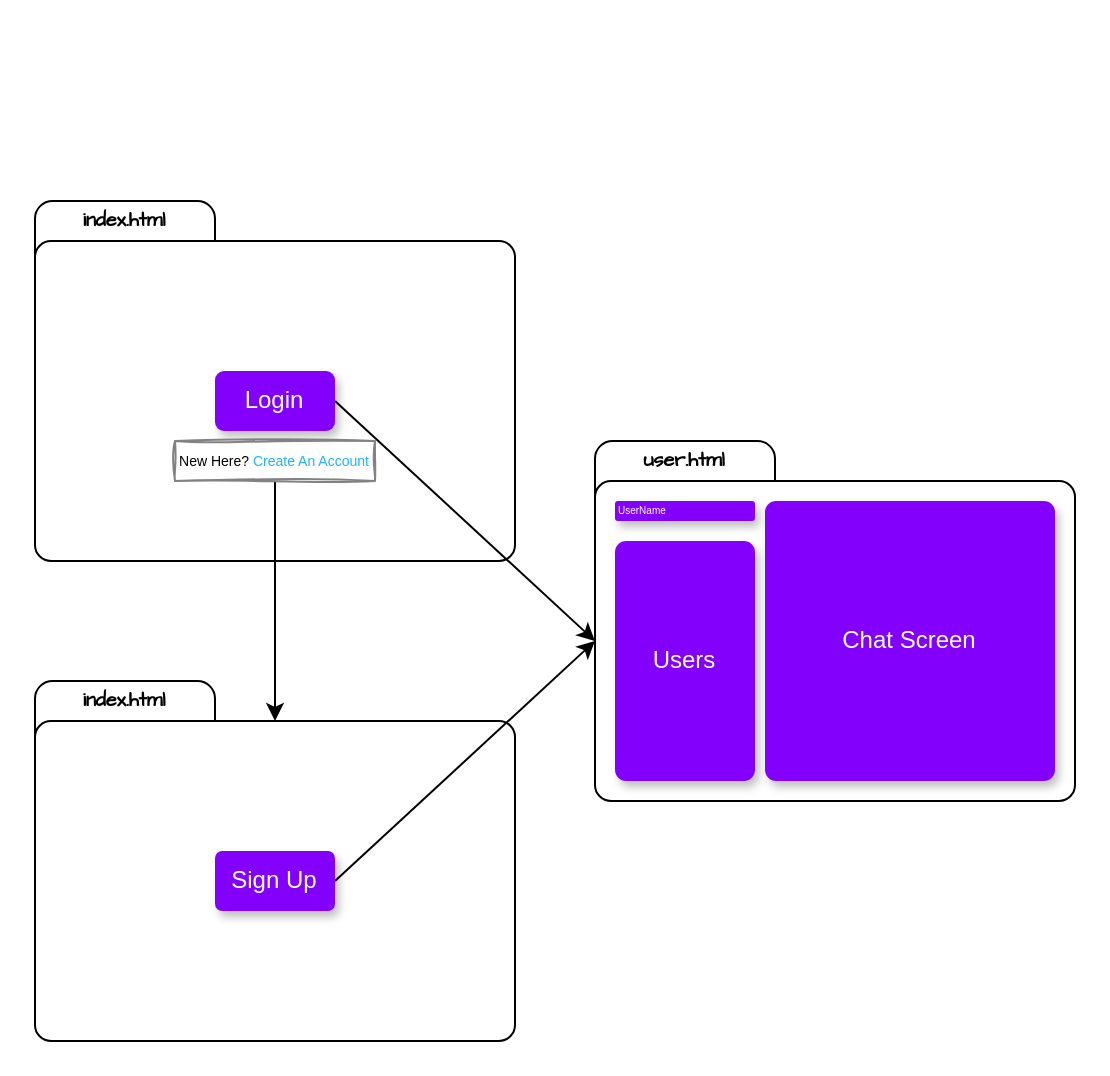
Earlier version of the draw.io diagram scheme.dio (cybermajeed/Neuron). Source tidied: cells renumbered, new cells numbered last; positions are measured from the earlier drawing's top-left corner, leaving out a move shared by most shapes. Both pictures are drawn from the tidied source at 200%, with x=0, y=0 at pixel (34, 200).
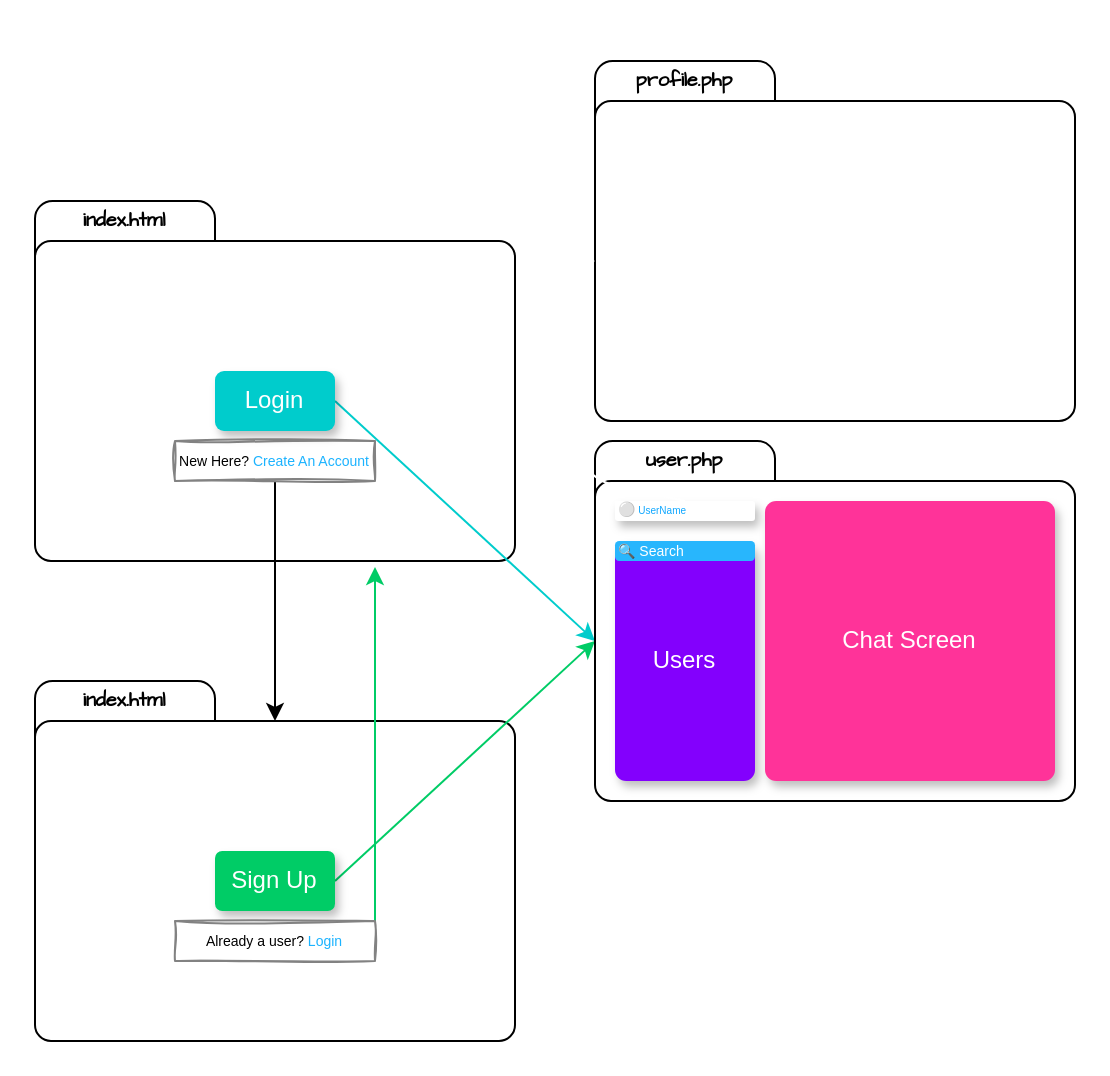
Above is the later version.

The change refers to these unchanged cells:
```xml
<mxCell id="16" style="group;spacingBottom=2;" parent="1" vertex="1">
  <mxGeometry x="280" y="140" width="240" height="160" as="geometry" />
</mxCell>
<mxCell id="17" style="group;" parent="16" vertex="1">
  <mxGeometry y="-20" width="90" height="40" as="geometry" />
</mxCell>
<mxCell id="20" style="whiteSpace=wrap;html=1;rounded=1;arcSize=5;" parent="16" vertex="1">
  <mxGeometry width="240" height="160" as="geometry" />
</mxCell>
```

The edit, as a diff of the source:
```diff
@@
-    <mxCell id="10" style="edgeStyle=none;html=1;exitX=1;exitY=0.5;exitDx=0;exitDy=0;fontSize=7;fontColor=#1CB3FF;entryX=0;entryY=0.5;entryDx=0;entryDy=0;" parent="1" edge="1" source="11" target="20">
+    <mxCell id="10" style="edgeStyle=none;html=1;exitX=1;exitY=0.5;exitDx=0;exitDy=0;fontSize=7;fontColor=#1CB3FF;entryX=0;entryY=0.5;entryDx=0;entryDy=0;strokeColor=#00CCCC;" parent="1" edge="1" source="11" target="20">
       <mxGeometry relative="1" as="geometry" />
     </mxCell>
-    <mxCell id="11" value="Login" style="text;html=1;strokeColor=none;fillColor=#8300fd;align=center;verticalAlign=middle;whiteSpace=wrap;rounded=1;fontColor=#ffffff;shadow=1;" parent="1" vertex="1">
+    <mxCell id="11" value="Login" style="text;html=1;strokeColor=none;fillColor=#00CCCC;align=center;verticalAlign=middle;whiteSpace=wrap;rounded=1;fontColor=#ffffff;shadow=1;" parent="1" vertex="1">
       <mxGeometry x="90" y="85" width="60" height="30" as="geometry" />
     </mxCell>
-    <mxCell id="12" style="edgeStyle=none;html=1;exitX=1;exitY=0.5;exitDx=0;exitDy=0;entryX=0;entryY=0.5;entryDx=0;entryDy=0;" parent="1" edge="1" source="13" target="20">
+    <mxCell id="12" style="edgeStyle=none;html=1;exitX=1;exitY=0.5;exitDx=0;exitDy=0;entryX=0;entryY=0.5;entryDx=0;entryDy=0;strokeColor=#00CC66;" parent="1" edge="1" source="13" target="20">
       <mxGeometry relative="1" as="geometry" />
     </mxCell>
-    <mxCell id="13" value="Sign Up" style="text;html=1;strokeColor=none;fillColor=#8300fd;align=center;verticalAlign=middle;whiteSpace=wrap;rounded=1;fontColor=#ffffff;arcSize=12;glass=0;shadow=1;sketch=0;" parent="1" vertex="1">
+    <mxCell id="13" value="Sign Up" style="text;html=1;strokeColor=none;fillColor=#00CC66;align=center;verticalAlign=middle;whiteSpace=wrap;rounded=1;fontColor=#ffffff;arcSize=12;glass=0;shadow=1;sketch=0;" parent="1" vertex="1">
       <mxGeometry x="90" y="325" width="60" height="30" as="geometry" />
     </mxCell>
@@
-    <mxCell id="19" value="&lt;h5&gt;&lt;font face=&quot;Comic Sans MS&quot;&gt;user.html&lt;/font&gt;&lt;/h5&gt;" style="text;html=1;strokeColor=none;fillColor=none;align=center;verticalAlign=middle;whiteSpace=wrap;rounded=0;sketch=0;" parent="17" vertex="1">
+    <mxCell id="19" value="&lt;h5&gt;&lt;font face=&quot;Comic Sans MS&quot;&gt;user.php&lt;/font&gt;&lt;/h5&gt;" style="text;html=1;strokeColor=none;fillColor=none;align=center;verticalAlign=middle;whiteSpace=wrap;rounded=0;sketch=0;" parent="17" vertex="1">
       <mxGeometry width="90" height="20" as="geometry" />
     </mxCell>
@@
-    <mxCell id="22" value="Chat Screen" style="text;html=1;strokeColor=none;fillColor=#8300fd;align=center;verticalAlign=middle;whiteSpace=wrap;rounded=1;fontColor=#ffffff;shadow=1;arcSize=4;" parent="16" vertex="1">
+    <mxCell id="22" value="Chat Screen" style="text;html=1;strokeColor=none;fillColor=#FF3399;align=center;verticalAlign=middle;whiteSpace=wrap;rounded=1;fontColor=#ffffff;shadow=1;arcSize=4;" parent="16" vertex="1">
       <mxGeometry x="85" y="10" width="145" height="140" as="geometry" />
     </mxCell>
-    <mxCell id="23" value="&lt;font style=&quot;font-size: 5px&quot;&gt;UserName&lt;/font&gt;" style="text;html=1;strokeColor=none;fillColor=#8300fd;align=left;verticalAlign=middle;whiteSpace=wrap;rounded=1;fontColor=#ffffff;shadow=1;arcSize=15;spacingBottom=2;spacingTop=-2;" parent="16" vertex="1">
+    <mxCell id="23" value="&lt;font style=&quot;color: rgb(0 , 0 , 0) ; font-size: 7px&quot;&gt;⚪&lt;/font&gt;&lt;font style=&quot;font-size: 5px&quot;&gt; &lt;font color=&quot;#0fa7ff&quot;&gt;UserName&lt;/font&gt;&lt;/font&gt;" style="text;html=1;strokeColor=none;fillColor=#FFFFFF;align=left;verticalAlign=middle;whiteSpace=wrap;rounded=1;fontColor=#ffffff;shadow=1;arcSize=15;spacingBottom=2;spacingTop=-2;" parent="16" vertex="1">
       <mxGeometry x="10" y="10" width="70" height="10" as="geometry" />
     </mxCell>
+    <mxCell id="24" value="&lt;div&gt;&lt;span&gt;&lt;font style=&quot;font-size: 7px&quot;&gt;🔍 Search&lt;/font&gt;&lt;/span&gt;&lt;/div&gt;" style="text;html=1;strokeColor=none;fillColor=#28B6FD;align=left;verticalAlign=middle;whiteSpace=wrap;rounded=1;fontColor=#ffffff;shadow=0;arcSize=21;spacingTop=0;gradientColor=none;glass=0;sketch=0;imageWidth=24;spacingBottom=2;" parent="16" vertex="1">
+      <mxGeometry x="10" y="30" width="70" height="10" as="geometry" />
+    </mxCell>
+    <mxCell id="25" style="group;" parent="16" vertex="1">
+      <mxGeometry y="-210" width="90" height="40" as="geometry" />
+    </mxCell>
+    <mxCell id="26" style="rounded=1;whiteSpace=wrap;html=1;arcSize=22;sketch=0;" parent="25" vertex="1">
+      <mxGeometry width="90" height="40" as="geometry" />
+    </mxCell>
+    <mxCell id="27" value="&lt;h5&gt;&lt;font face=&quot;Comic Sans MS&quot;&gt;profile.php&lt;/font&gt;&lt;/h5&gt;" style="text;html=1;strokeColor=none;fillColor=none;align=center;verticalAlign=middle;whiteSpace=wrap;rounded=0;sketch=0;" parent="25" vertex="1">
+      <mxGeometry width="90" height="20" as="geometry" />
+    </mxCell>
+    <mxCell id="28" style="edgeStyle=none;html=1;exitX=1;exitY=0;exitDx=0;exitDy=0;fontSize=7;fontColor=#1CB3FF;strokeColor=#00CC66;" parent="1" edge="1" source="29">
+      <mxGeometry relative="1" as="geometry">
+        <mxPoint x="170" y="183" as="targetPoint" />
+      </mxGeometry>
+    </mxCell>
+    <mxCell id="29" value="&lt;span style=&quot;font-size: 7px&quot;&gt;Already a user? &lt;font color=&quot;#1cb3ff&quot;&gt;Login&lt;/font&gt;&lt;/span&gt;" style="text;html=1;strokeColor=#828282;fillColor=none;align=center;verticalAlign=middle;whiteSpace=wrap;rounded=0;shadow=0;glass=0;sketch=1;strokeWidth=1;spacing=3;spacingBottom=2;" parent="1" vertex="1">
+      <mxGeometry x="70" y="360" width="100" height="20" as="geometry" />
+    </mxCell>
+    <mxCell id="30" style="whiteSpace=wrap;html=1;rounded=1;arcSize=5;" parent="1" vertex="1">
+      <mxGeometry x="280" y="-50" width="240" height="160" as="geometry" />
+    </mxCell>
+    <mxCell id="31" style="edgeStyle=none;html=1;exitX=0.5;exitY=0;exitDx=0;exitDy=0;fontSize=7;fontColor=#1CB3FF;strokeColor=#FFFFFF;entryX=0;entryY=0.5;entryDx=0;entryDy=0;" parent="1" edge="1" source="23" target="30">
+      <mxGeometry relative="1" as="geometry">
+        <Array as="points">
+          <mxPoint x="280" y="140" />
+          <mxPoint x="260" y="110" />
+          <mxPoint x="260" y="30" />
+        </Array>
+      </mxGeometry>
+    </mxCell>
```
